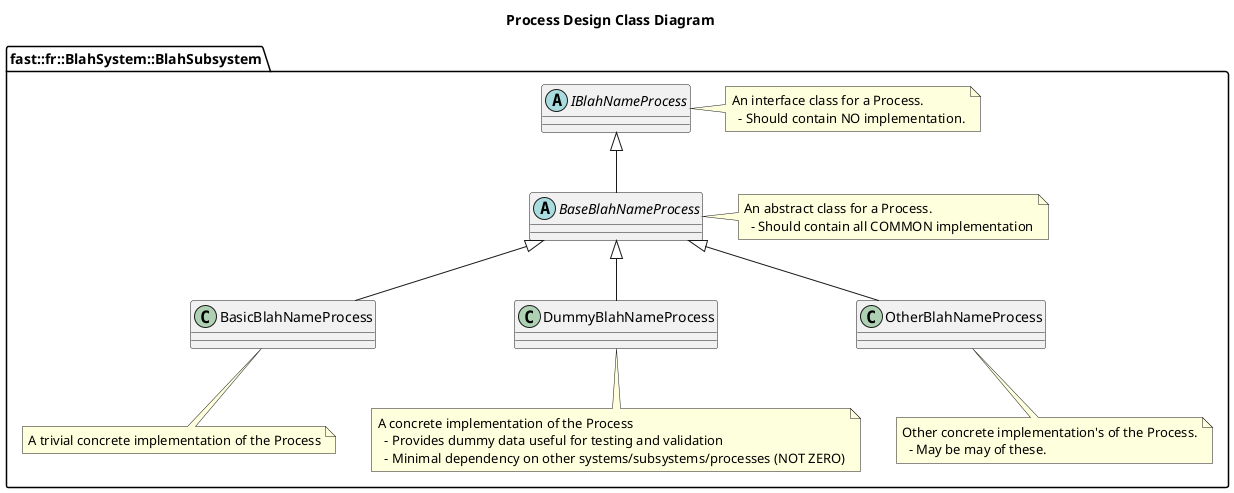
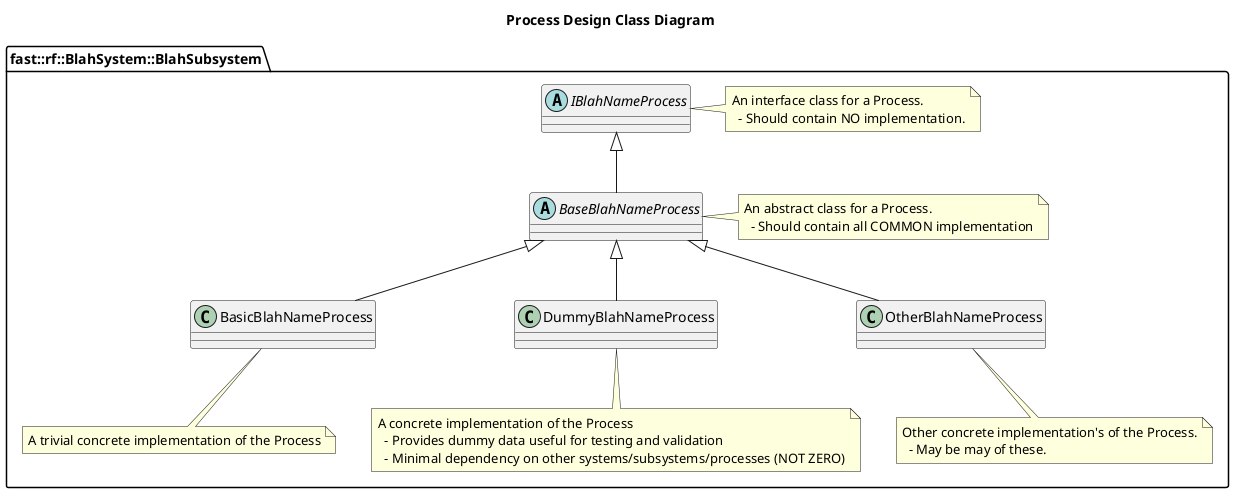
@startuml
title Process Design Class Diagram
- namespace fast::fr::BlahSystem::BlahSubsystem {
+ namespace fast::rf::BlahSystem::BlahSubsystem {
abstract IBlahNameProcess
note right of IBlahNameProcess
An interface class for a Process.
  - Should contain NO implementation.
end note
abstract BaseBlahNameProcess
IBlahNameProcess <|-- BaseBlahNameProcess
note right of BaseBlahNameProcess
An abstract class for a Process.
  - Should contain all COMMON implementation
end note
class BasicBlahNameProcess
BaseBlahNameProcess <|-- BasicBlahNameProcess
note bottom of BasicBlahNameProcess
A trivial concrete implementation of the Process
end note
class DummyBlahNameProcess
BaseBlahNameProcess <|-- DummyBlahNameProcess
note bottom of DummyBlahNameProcess
A concrete implementation of the Process
  - Provides dummy data useful for testing and validation
  - Minimal dependency on other systems/subsystems/processes (NOT ZERO)
end note
class OtherBlahNameProcess
BaseBlahNameProcess <|-- OtherBlahNameProcess
note bottom of OtherBlahNameProcess
Other concrete implementation's of the Process.
  - May be may of these.
end note
}
@enduml